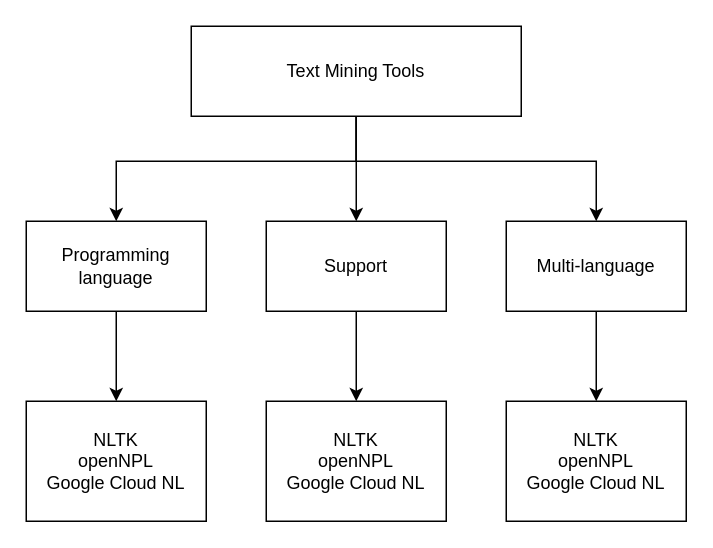
The draw.io diagram diagrams/AHP.drawio in whzd/thesis, before the edit. Source tidied: cells renumbered, new cells numbered last; positions are measured from the earlier drawing's top-left corner, leaving out a move shared by most shapes. Both pictures are drawn from the tidied source at 150%, with x=0, y=0 at pixel (26, 26).
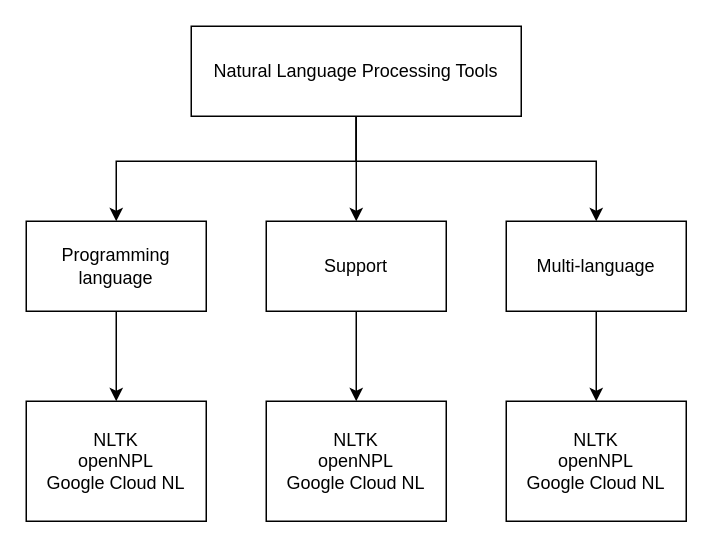
After the change.

What changed in the source:
```diff
@@
 <mxGraphModel>
   <root>
     <mxCell id="0" />
     <mxCell id="1" parent="0" />
     <mxCell id="2" style="edgeStyle=orthogonalEdgeStyle;rounded=0;jettySize=auto;html=1;" parent="1" edge="1" source="5" target="9">
       <mxGeometry relative="1" as="geometry">
         <Array as="points">
           <mxPoint x="220" y="40" />
           <mxPoint x="220" y="40" />
         </Array>
       </mxGeometry>
     </mxCell>
     <mxCell id="3" style="edgeStyle=orthogonalEdgeStyle;rounded=0;jettySize=auto;html=1;" parent="1" edge="1" source="5" target="7">
       <mxGeometry relative="1" as="geometry">
         <Array as="points">
           <mxPoint x="220" y="90" />
           <mxPoint x="380" y="90" />
         </Array>
       </mxGeometry>
     </mxCell>
     <mxCell id="4" style="edgeStyle=orthogonalEdgeStyle;rounded=0;jettySize=auto;html=1;" parent="1" edge="1" source="5" target="11">
       <mxGeometry relative="1" as="geometry">
         <Array as="points">
           <mxPoint x="220" y="90" />
           <mxPoint x="60" y="90" />
         </Array>
       </mxGeometry>
     </mxCell>
-    <mxCell id="5" value="Text Mining Tools" style="rounded=0;whiteSpace=wrap;html=1;" parent="1" vertex="1">
+    <mxCell id="5" value="Natural Language Processing Tools" style="rounded=0;whiteSpace=wrap;html=1;" parent="1" vertex="1">
       <mxGeometry x="110" width="220" height="60" as="geometry" />
     </mxCell>
     <mxCell id="6" style="edgeStyle=orthogonalEdgeStyle;rounded=0;jettySize=auto;html=1;" parent="1" edge="1" source="7" target="14">
       <mxGeometry relative="1" as="geometry" />
     </mxCell>
     <mxCell id="7" value="Multi-language" style="rounded=0;whiteSpace=wrap;html=1;" parent="1" vertex="1">
       <mxGeometry x="320" y="130" width="120" height="60" as="geometry" />
     </mxCell>
     <mxCell id="8" style="edgeStyle=orthogonalEdgeStyle;rounded=0;jettySize=auto;html=1;" parent="1" edge="1" source="9" target="13">
       <mxGeometry relative="1" as="geometry" />
     </mxCell>
     <mxCell id="9" value="Support" style="rounded=0;whiteSpace=wrap;html=1;" parent="1" vertex="1">
       <mxGeometry x="160" y="130" width="120" height="60" as="geometry" />
     </mxCell>
     <mxCell id="10" style="edgeStyle=orthogonalEdgeStyle;rounded=0;jettySize=auto;html=1;" parent="1" edge="1" source="11" target="12">
       <mxGeometry relative="1" as="geometry" />
     </mxCell>
     <mxCell id="11" value="Programming language" style="rounded=0;whiteSpace=wrap;html=1;" parent="1" vertex="1">
       <mxGeometry y="130" width="120" height="60" as="geometry" />
     </mxCell>
     <mxCell id="12" value="NLTK&lt;br&gt;openNPL&lt;br&gt;Google Cloud NL" style="rounded=0;whiteSpace=wrap;html=1;" parent="1" vertex="1">
       <mxGeometry y="250" width="120" height="80" as="geometry" />
     </mxCell>
     <mxCell id="13" value="NLTK&lt;br&gt;openNPL&lt;br&gt;Google Cloud NL" style="rounded=0;whiteSpace=wrap;html=1;" parent="1" vertex="1">
       <mxGeometry x="160" y="250" width="120" height="80" as="geometry" />
     </mxCell>
     <mxCell id="14" value="NLTK&lt;br&gt;openNPL&lt;br&gt;Google Cloud NL" style="rounded=0;whiteSpace=wrap;html=1;" parent="1" vertex="1">
       <mxGeometry x="320" y="250" width="120" height="80" as="geometry" />
     </mxCell>
   </root>
 </mxGraphModel>
```
